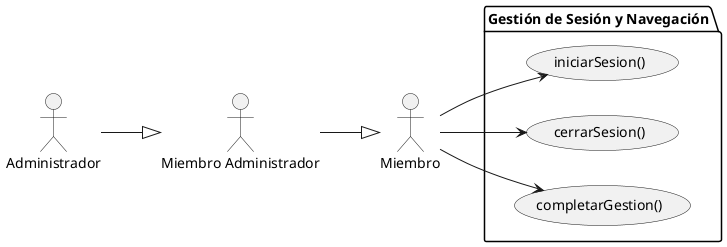
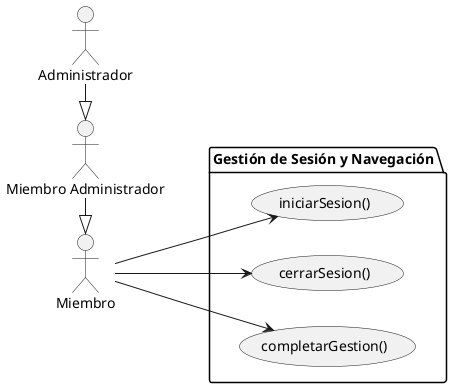
- @startuml DiagramaGestionSesionVertical
+ @startuml DiagramaGestionSesion
left to right direction

actor "Administrador" as Admin
actor "Miembro Administrador" as MiemAdmin
actor "Miembro" as Miem

- Admin -down-|> MiemAdmin
- MiemAdmin -down-|> Miem
+ Admin -right-|> MiemAdmin
+ MiemAdmin -right-|> Miem

package "Gestión de Sesión y Navegación" {
    usecase "iniciarSesion()" as UC_S1
    usecase "cerrarSesion()" as UC_S2
    usecase "completarGestion()" as UC_S3
}

Miem --> UC_S1
Miem --> UC_S2
Miem --> UC_S3

@enduml